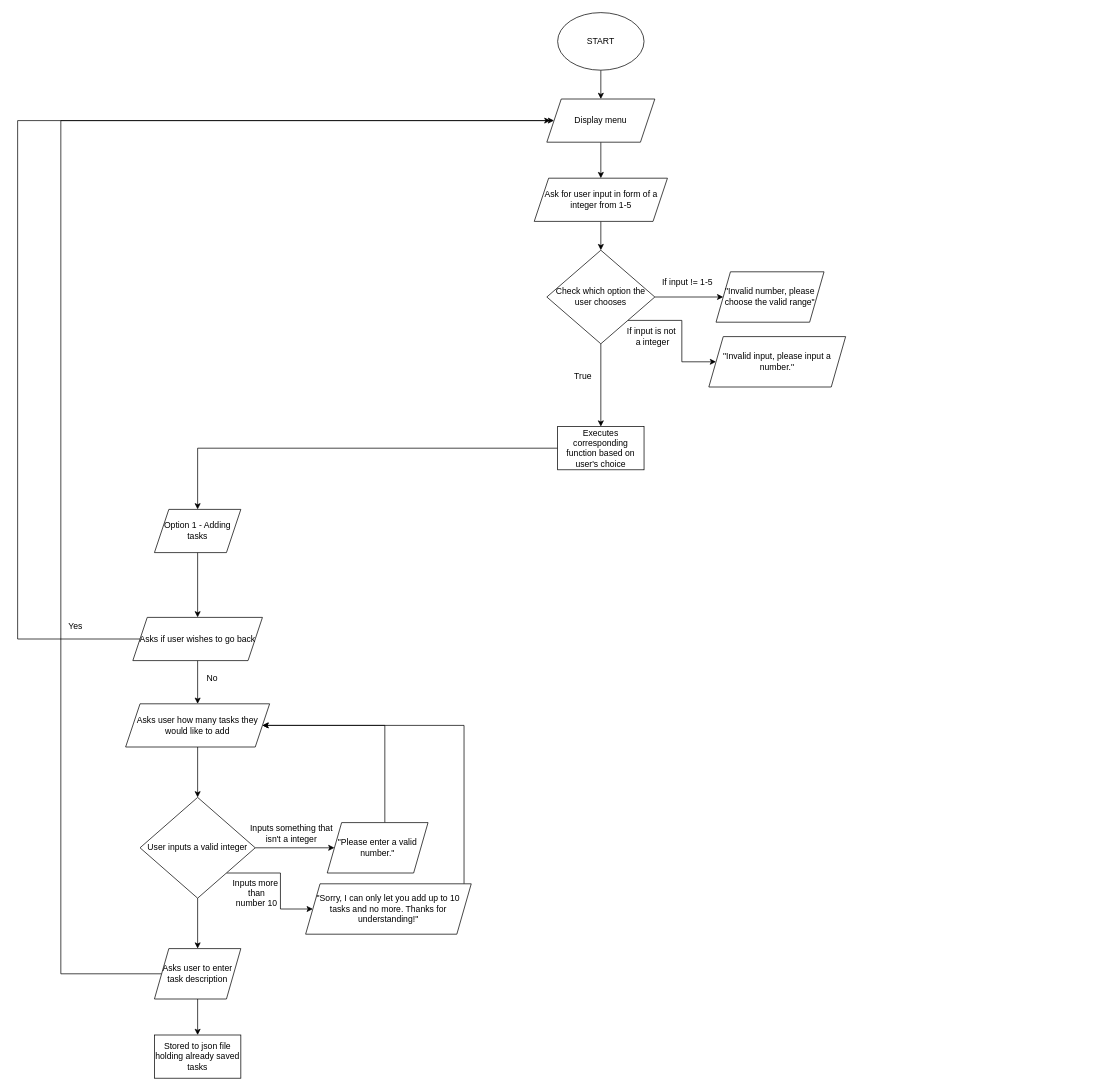
r3dkoi/personal-projects keeps this draw.io diagram as Untitled Diagram.drawio. Above is the earlier version. Source tidied: cells renumbered, new cells numbered last; positions are measured from the earlier drawing's top-left corner, leaving out a move shared by most shapes. Both pictures are drawn from the tidied source at 72%, with x=0, y=0 at pixel (17, 12).
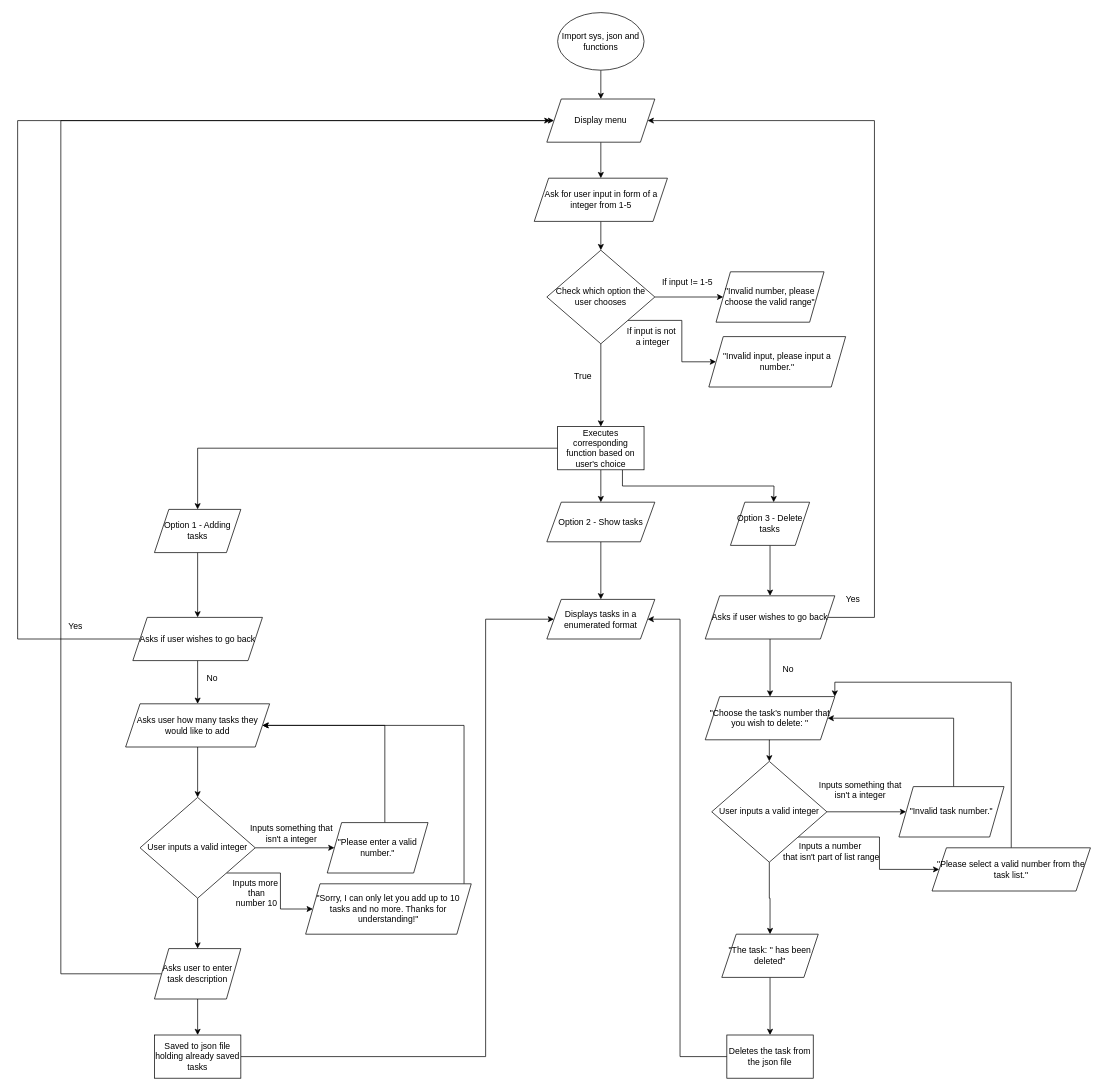
Above is the later version.

Commit message:
Finished deleting task

The change refers to these unchanged cells:
```xml
<mxCell id="5" value="Display menu" style="shape=parallelogram;perimeter=parallelogramPerimeter;whiteSpace=wrap;html=1;fixedSize=1;" parent="1" vertex="1">
  <mxGeometry x="735" y="120" width="150" height="60" as="geometry" />
</mxCell>
<mxCell id="17" value="Executes corresponding function based on user's choice" style="whiteSpace=wrap;html=1;" parent="1" vertex="1">
  <mxGeometry x="750" y="575" width="120" height="60" as="geometry" />
</mxCell>
```

Diff of the diagram source:
```diff
@@
-    <mxCell id="3" value="START" style="ellipse;whiteSpace=wrap;html=1;" parent="1" vertex="1">
+    <mxCell id="3" value="Import sys, json and functions" style="ellipse;whiteSpace=wrap;html=1;" parent="1" vertex="1">
       <mxGeometry x="750" width="120" height="80" as="geometry" />
     </mxCell>
@@
+    <mxCell id="42" style="edgeStyle=orthogonalEdgeStyle;rounded=0;jettySize=auto;html=1;" parent="1" edge="1" source="17" target="46">
+      <mxGeometry relative="1" as="geometry" />
+    </mxCell>
+    <mxCell id="43" style="edgeStyle=orthogonalEdgeStyle;rounded=0;jettySize=auto;html=1;exitX=0.75;exitY=1;exitDx=0;exitDy=0;" parent="1" edge="1" source="17">
+      <mxGeometry relative="1" as="geometry">
+        <mxPoint x="1050" y="680" as="targetPoint" />
+      </mxGeometry>
+    </mxCell>
@@
+    <mxCell id="44" style="edgeStyle=orthogonalEdgeStyle;rounded=0;jettySize=auto;html=1;entryX=0;entryY=0.5;entryDx=0;entryDy=0;" parent="1" edge="1" source="41" target="47">
+      <mxGeometry relative="1" as="geometry">
+        <Array as="points">
+          <mxPoint x="650" y="1450" />
+          <mxPoint x="650" y="842" />
+        </Array>
+      </mxGeometry>
+    </mxCell>
-    <mxCell id="41" value="Stored to json file holding already saved tasks" style="whiteSpace=wrap;html=1;" parent="1" vertex="1">
+    <mxCell id="41" value="Saved to json file holding already saved tasks" style="whiteSpace=wrap;html=1;" parent="1" vertex="1">
       <mxGeometry x="190" y="1420" width="120" height="60" as="geometry" />
     </mxCell>
+    <mxCell id="45" style="edgeStyle=orthogonalEdgeStyle;rounded=0;jettySize=auto;html=1;" parent="1" edge="1" source="46" target="47">
+      <mxGeometry relative="1" as="geometry" />
+    </mxCell>
+    <mxCell id="46" value="Option 2 - Show tasks" style="shape=parallelogram;perimeter=parallelogramPerimeter;whiteSpace=wrap;html=1;fixedSize=1;" parent="1" vertex="1">
+      <mxGeometry x="735" y="680" width="150" height="55" as="geometry" />
+    </mxCell>
+    <mxCell id="47" value="Displays tasks in a enumerated format" style="shape=parallelogram;perimeter=parallelogramPerimeter;whiteSpace=wrap;html=1;fixedSize=1;" parent="1" vertex="1">
+      <mxGeometry x="735" y="815" width="150" height="55" as="geometry" />
+    </mxCell>
+    <mxCell id="48" style="edgeStyle=orthogonalEdgeStyle;rounded=0;jettySize=auto;html=1;exitX=0.5;exitY=1;exitDx=0;exitDy=0;entryX=0.5;entryY=0;entryDx=0;entryDy=0;" parent="1" edge="1" source="49" target="52">
+      <mxGeometry relative="1" as="geometry" />
+    </mxCell>
+    <mxCell id="49" value="Option 3 - Delete tasks" style="shape=parallelogram;perimeter=parallelogramPerimeter;whiteSpace=wrap;html=1;fixedSize=1;" parent="1" vertex="1">
+      <mxGeometry x="990" y="680" width="110" height="60" as="geometry" />
+    </mxCell>
+    <mxCell id="50" style="edgeStyle=orthogonalEdgeStyle;rounded=0;jettySize=auto;html=1;entryX=1;entryY=0.5;entryDx=0;entryDy=0;" parent="1" edge="1" source="52" target="5">
+      <mxGeometry relative="1" as="geometry">
+        <Array as="points">
+          <mxPoint x="1190" y="840" />
+          <mxPoint x="1190" y="150" />
+        </Array>
+      </mxGeometry>
+    </mxCell>
+    <mxCell id="51" style="edgeStyle=orthogonalEdgeStyle;rounded=0;jettySize=auto;html=1;" parent="1" edge="1" source="52" target="54">
+      <mxGeometry relative="1" as="geometry" />
+    </mxCell>
+    <mxCell id="52" value="Asks if user wishes to go back" style="shape=parallelogram;perimeter=parallelogramPerimeter;whiteSpace=wrap;html=1;fixedSize=1;" parent="1" vertex="1">
+      <mxGeometry x="955" y="810" width="180" height="60" as="geometry" />
+    </mxCell>
+    <mxCell id="53" style="edgeStyle=orthogonalEdgeStyle;rounded=0;jettySize=auto;html=1;exitX=0.5;exitY=1;exitDx=0;exitDy=0;entryX=0.5;entryY=0;entryDx=0;entryDy=0;" parent="1" edge="1" source="54" target="60">
+      <mxGeometry relative="1" as="geometry" />
+    </mxCell>
+    <mxCell id="54" value="&quot;Choose the task's number that you wish to delete: &quot;" style="shape=parallelogram;perimeter=parallelogramPerimeter;whiteSpace=wrap;html=1;fixedSize=1;" parent="1" vertex="1">
+      <mxGeometry x="955" y="950" width="180" height="60" as="geometry" />
+    </mxCell>
+    <mxCell id="55" value="Yes" style="text;html=1;align=center;verticalAlign=middle;strokeColor=none;fillColor=none;" parent="1" vertex="1">
+      <mxGeometry x="1140" y="800" width="40" height="30" as="geometry" />
+    </mxCell>
+    <mxCell id="56" value="No&lt;div&gt;&lt;br&gt;&lt;/div&gt;" style="text;html=1;align=center;verticalAlign=middle;strokeColor=none;fillColor=none;" parent="1" vertex="1">
+      <mxGeometry x="1050" y="900" width="40" height="40" as="geometry" />
+    </mxCell>
+    <mxCell id="57" style="edgeStyle=orthogonalEdgeStyle;rounded=0;jettySize=auto;html=1;" parent="1" edge="1" source="60" target="62">
+      <mxGeometry relative="1" as="geometry" />
+    </mxCell>
+    <mxCell id="58" style="edgeStyle=orthogonalEdgeStyle;rounded=0;jettySize=auto;html=1;exitX=1;exitY=1;exitDx=0;exitDy=0;entryX=0;entryY=0.5;entryDx=0;entryDy=0;" parent="1" edge="1" source="60" target="64">
+      <mxGeometry relative="1" as="geometry" />
+    </mxCell>
+    <mxCell id="59" style="edgeStyle=orthogonalEdgeStyle;rounded=0;jettySize=auto;html=1;" parent="1" edge="1" source="60" target="68">
+      <mxGeometry relative="1" as="geometry" />
+    </mxCell>
+    <mxCell id="60" value="User inputs a valid integer" style="rhombus;whiteSpace=wrap;html=1;" parent="1" vertex="1">
+      <mxGeometry x="964" y="1040" width="160" height="140" as="geometry" />
+    </mxCell>
+    <mxCell id="61" style="edgeStyle=orthogonalEdgeStyle;rounded=0;jettySize=auto;html=1;entryX=1;entryY=0.5;entryDx=0;entryDy=0;" parent="1" edge="1" source="62" target="54">
+      <mxGeometry relative="1" as="geometry">
+        <Array as="points">
+          <mxPoint x="1300" y="980" />
+        </Array>
+      </mxGeometry>
+    </mxCell>
+    <mxCell id="62" value="&quot;Invalid task number.&quot;" style="shape=parallelogram;perimeter=parallelogramPerimeter;whiteSpace=wrap;html=1;fixedSize=1;" parent="1" vertex="1">
+      <mxGeometry x="1224" y="1075" width="146" height="70" as="geometry" />
+    </mxCell>
+    <mxCell id="63" style="edgeStyle=orthogonalEdgeStyle;rounded=0;jettySize=auto;html=1;entryX=1;entryY=0;entryDx=0;entryDy=0;" parent="1" edge="1" source="64" target="54">
+      <mxGeometry relative="1" as="geometry">
+        <Array as="points">
+          <mxPoint x="1380" y="930" />
+          <mxPoint x="1135" y="930" />
+        </Array>
+      </mxGeometry>
+    </mxCell>
+    <mxCell id="64" value="&quot;Please select a valid number from the task list.&quot;" style="shape=parallelogram;perimeter=parallelogramPerimeter;whiteSpace=wrap;html=1;fixedSize=1;" parent="1" vertex="1">
+      <mxGeometry x="1270" y="1160" width="220" height="60" as="geometry" />
+    </mxCell>
+    <mxCell id="65" value="Inputs something that &lt;br&gt;isn't a integer" style="text;html=1;align=center;verticalAlign=middle;strokeColor=none;fillColor=none;" parent="1" vertex="1">
+      <mxGeometry x="1100" y="1060" width="140" height="40" as="geometry" />
+    </mxCell>
+    <mxCell id="66" value="Inputs a number&amp;nbsp;&lt;div&gt;that&lt;span style=&quot;background-color: transparent; color: light-dark(rgb(0, 0, 0), rgb(255, 255, 255));&quot;&gt;&amp;nbsp;isn't part of list range&lt;/span&gt;&lt;/div&gt;" style="text;html=1;align=center;verticalAlign=middle;strokeColor=none;fillColor=none;" parent="1" vertex="1">
+      <mxGeometry x="1050" y="1145" width="160" height="40" as="geometry" />
+    </mxCell>
+    <mxCell id="67" style="edgeStyle=orthogonalEdgeStyle;rounded=0;jettySize=auto;html=1;" parent="1" edge="1" source="68" target="70">
+      <mxGeometry relative="1" as="geometry" />
+    </mxCell>
+    <mxCell id="68" value="&quot;The task: '' has been deleted&quot;" style="shape=parallelogram;perimeter=parallelogramPerimeter;whiteSpace=wrap;html=1;fixedSize=1;" parent="1" vertex="1">
+      <mxGeometry x="978" y="1280" width="134" height="60" as="geometry" />
+    </mxCell>
+    <mxCell id="69" style="edgeStyle=orthogonalEdgeStyle;rounded=0;jettySize=auto;html=1;entryX=1;entryY=0.5;entryDx=0;entryDy=0;" parent="1" edge="1" source="70" target="47">
+      <mxGeometry relative="1" as="geometry">
+        <Array as="points">
+          <mxPoint x="920" y="1450" />
+          <mxPoint x="920" y="842" />
+        </Array>
+      </mxGeometry>
+    </mxCell>
+    <mxCell id="70" value="Deletes the task from the json file" style="whiteSpace=wrap;html=1;" parent="1" vertex="1">
+      <mxGeometry x="985" y="1420" width="120" height="60" as="geometry" />
+    </mxCell>
```
